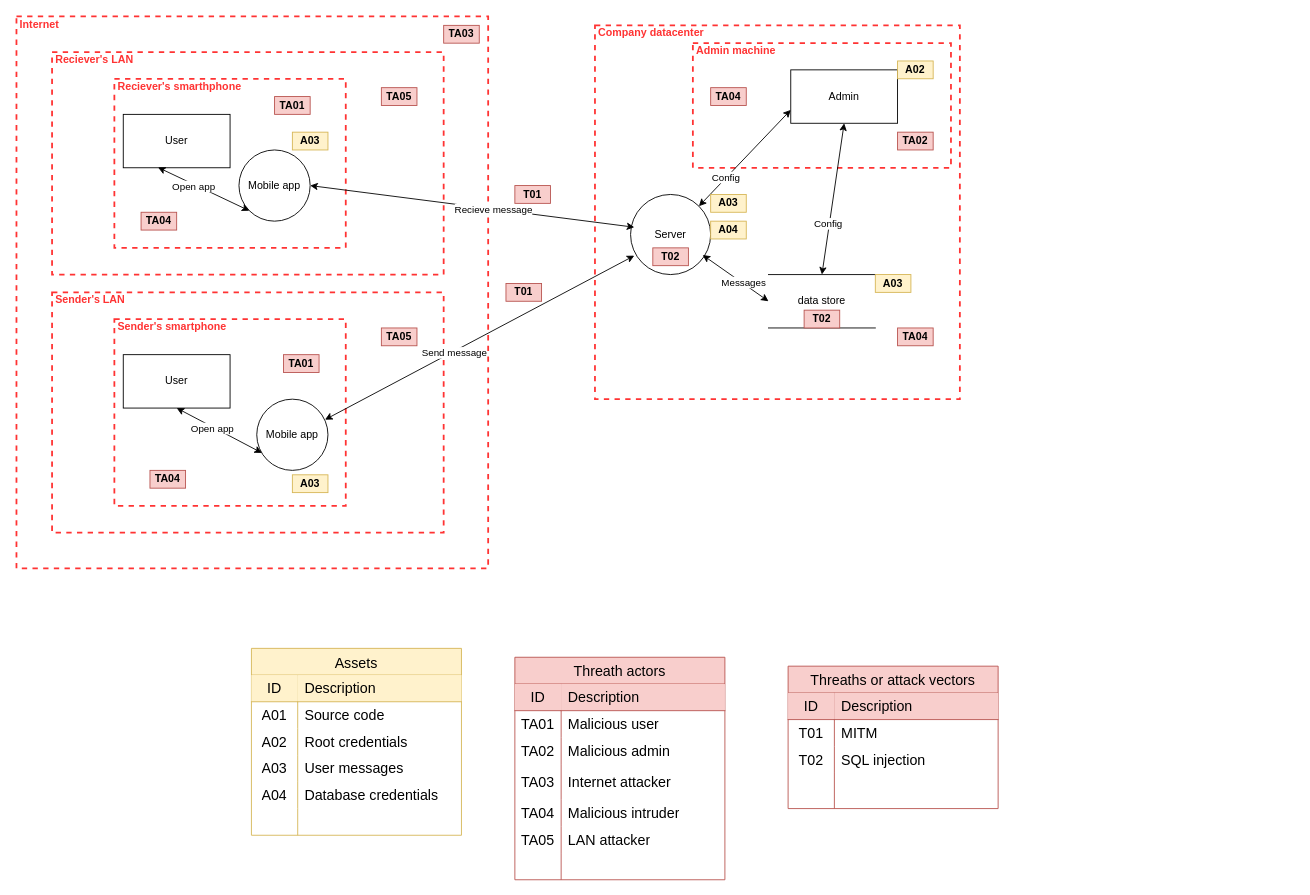
The draw.io diagram threat modeling week 2.drawio in EliNetor/encryption-week2, before the edit. Source tidied: cells renumbered, new cells numbered last; positions are measured from the earlier drawing's top-left corner, leaving out a move shared by most shapes. Both pictures are drawn from the tidied source at 89%, with x=0, y=0 at pixel (16, 16).
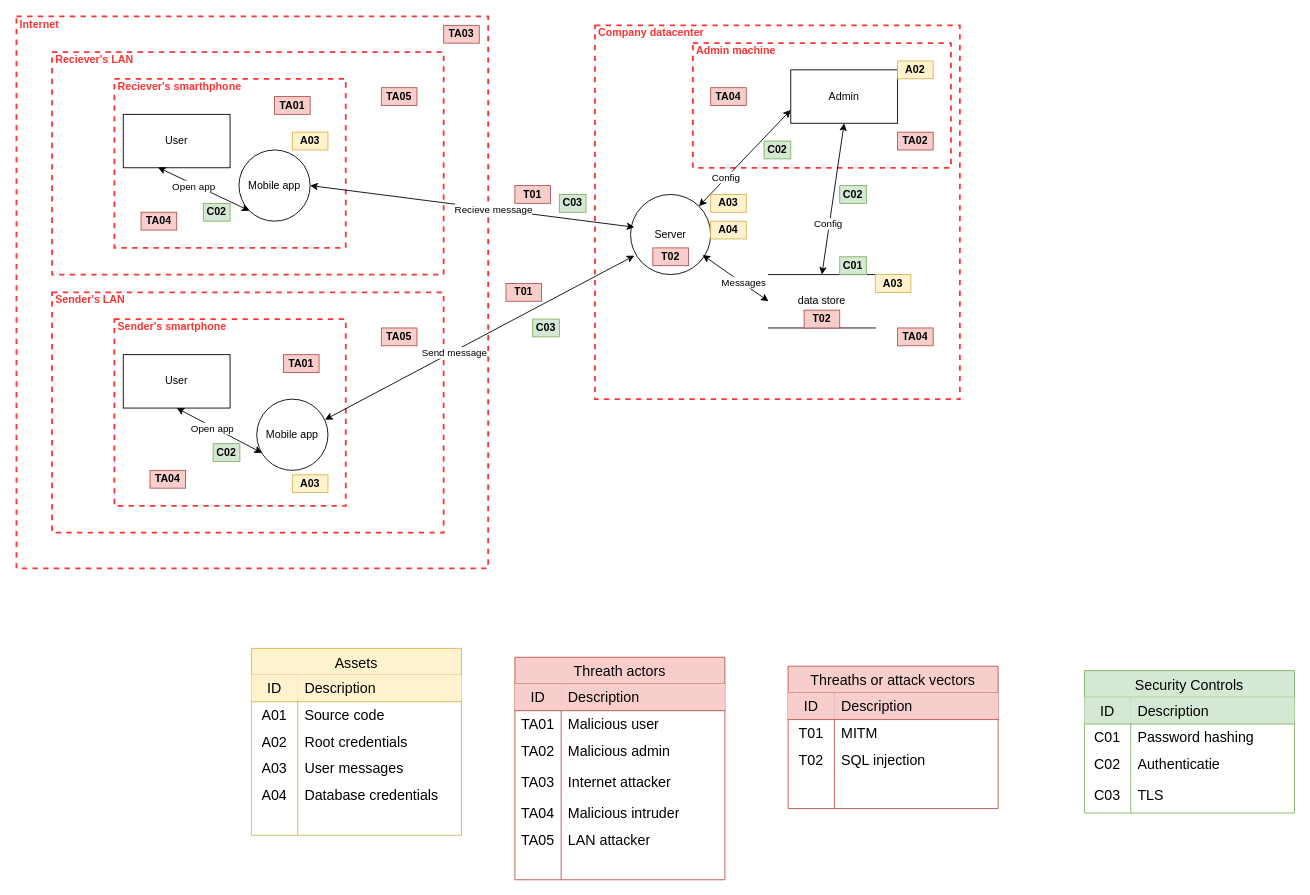
The same page after the edit.

Commit message (it also covers changes not shown here):
Update draw.io threat model

What changed in the source:
```diff
@@
+    <mxCell id="104" value="Security Controls" style="shape=table;startSize=30;childLayout=tableLayout;rowLines=0;fontStyle=0;strokeColor=#82b366;fontSize=16;fillColor=#d5e8d4;" parent="1" vertex="1">
+      <mxGeometry x="1200" y="735" width="236" height="160" as="geometry" />
+    </mxCell>
+    <mxCell id="105" style="shape=tableRow;horizontal=0;startSize=0;swimlaneHead=0;swimlaneBody=0;top=0;left=0;bottom=0;right=0;fillColor=none;strokeColor=inherit;fontSize=16;" parent="104" vertex="1">
+      <mxGeometry y="30" width="236" height="30" as="geometry" />
+    </mxCell>
+    <mxCell id="106" value="ID" style="shape=partialRectangle;html=1;whiteSpace=wrap;fillColor=#d5e8d4;top=0;left=0;bottom=1;right=0;overflow=hidden;strokeColor=#82b366;fontSize=16;" parent="105" vertex="1">
+      <mxGeometry width="52" height="30" as="geometry" />
+    </mxCell>
+    <mxCell id="107" value="Description" style="shape=partialRectangle;html=1;whiteSpace=wrap;fillColor=#d5e8d4;top=0;left=0;bottom=1;right=0;align=left;spacingLeft=6;overflow=hidden;strokeColor=#82b366;fontSize=16;" parent="105" vertex="1">
+      <mxGeometry x="52" width="184" height="30" as="geometry" />
+    </mxCell>
+    <mxCell id="108" style="shape=tableRow;horizontal=0;startSize=0;swimlaneHead=0;swimlaneBody=0;top=0;left=0;bottom=0;right=0;fillColor=none;strokeColor=inherit;fontSize=16;" parent="104" vertex="1">
+      <mxGeometry y="60" width="236" height="30" as="geometry" />
+    </mxCell>
+    <mxCell id="109" value="C01" style="shape=partialRectangle;html=1;whiteSpace=wrap;fillColor=none;top=0;left=0;bottom=0;right=0;overflow=hidden;strokeColor=inherit;fontSize=16;" parent="108" vertex="1">
+      <mxGeometry width="52" height="30" as="geometry" />
+    </mxCell>
+    <mxCell id="110" value="Password hashing" style="shape=partialRectangle;html=1;whiteSpace=wrap;fillColor=none;top=0;left=0;bottom=0;right=0;align=left;spacingLeft=6;overflow=hidden;strokeColor=inherit;fontSize=16;" parent="108" vertex="1">
+      <mxGeometry x="52" width="184" height="30" as="geometry" />
+    </mxCell>
+    <mxCell id="111" style="shape=tableRow;horizontal=0;startSize=0;swimlaneHead=0;swimlaneBody=0;top=0;left=0;bottom=0;right=0;fillColor=none;strokeColor=inherit;fontSize=16;" parent="104" vertex="1">
+      <mxGeometry y="90" width="236" height="30" as="geometry" />
+    </mxCell>
+    <mxCell id="112" value="C02" style="shape=partialRectangle;html=1;whiteSpace=wrap;fillColor=none;top=0;left=0;bottom=0;right=0;overflow=hidden;strokeColor=inherit;fontSize=16;" parent="111" vertex="1">
+      <mxGeometry width="52" height="30" as="geometry" />
+    </mxCell>
+    <mxCell id="113" value="Authenticatie" style="shape=partialRectangle;html=1;whiteSpace=wrap;fillColor=none;top=0;left=0;bottom=0;right=0;align=left;spacingLeft=6;overflow=hidden;strokeColor=inherit;fontSize=16;" parent="111" vertex="1">
+      <mxGeometry x="52" width="184" height="30" as="geometry" />
+    </mxCell>
+    <mxCell id="114" style="shape=tableRow;horizontal=0;startSize=0;swimlaneHead=0;swimlaneBody=0;top=0;left=0;bottom=0;right=0;fillColor=none;strokeColor=inherit;fontSize=16;" parent="104" vertex="1">
+      <mxGeometry y="120" width="236" height="40" as="geometry" />
+    </mxCell>
+    <mxCell id="115" value="C03" style="shape=partialRectangle;html=1;whiteSpace=wrap;fillColor=none;top=0;left=0;bottom=0;right=0;overflow=hidden;strokeColor=inherit;fontSize=16;" parent="114" vertex="1">
+      <mxGeometry width="52" height="40" as="geometry" />
+    </mxCell>
+    <mxCell id="116" value="TLS" style="shape=partialRectangle;html=1;whiteSpace=wrap;fillColor=none;top=0;left=0;bottom=0;right=0;align=left;spacingLeft=6;overflow=hidden;strokeColor=inherit;fontSize=16;" parent="114" vertex="1">
+      <mxGeometry x="52" width="184" height="40" as="geometry" />
+    </mxCell>
+    <mxCell id="117" value="&lt;b&gt;C01&lt;/b&gt;" style="text;html=1;strokeColor=#82b366;fillColor=#d5e8d4;align=center;verticalAlign=middle;whiteSpace=wrap;overflow=hidden;" parent="1" vertex="1">
+      <mxGeometry x="925" y="270" width="30" height="20" as="geometry" />
+    </mxCell>
+    <mxCell id="118" value="&lt;b&gt;C02&lt;/b&gt;" style="text;html=1;strokeColor=#82b366;fillColor=#d5e8d4;align=center;verticalAlign=middle;whiteSpace=wrap;overflow=hidden;" parent="1" vertex="1">
+      <mxGeometry x="221" y="480" width="30" height="20" as="geometry" />
+    </mxCell>
+    <mxCell id="119" value="&lt;b&gt;C02&lt;/b&gt;" style="text;html=1;strokeColor=#82b366;fillColor=#d5e8d4;align=center;verticalAlign=middle;whiteSpace=wrap;overflow=hidden;" parent="1" vertex="1">
+      <mxGeometry x="210" y="210" width="30" height="20" as="geometry" />
+    </mxCell>
+    <mxCell id="120" value="&lt;b&gt;C02&lt;/b&gt;" style="text;html=1;strokeColor=#82b366;fillColor=#d5e8d4;align=center;verticalAlign=middle;whiteSpace=wrap;overflow=hidden;" parent="1" vertex="1">
+      <mxGeometry x="925" y="190" width="30" height="20" as="geometry" />
+    </mxCell>
+    <mxCell id="121" value="&lt;b&gt;C02&lt;/b&gt;" style="text;html=1;strokeColor=#82b366;fillColor=#d5e8d4;align=center;verticalAlign=middle;whiteSpace=wrap;overflow=hidden;" parent="1" vertex="1">
+      <mxGeometry x="840" y="140" width="30" height="20" as="geometry" />
+    </mxCell>
+    <mxCell id="122" value="&lt;b&gt;C03&lt;/b&gt;" style="text;html=1;strokeColor=#82b366;fillColor=#d5e8d4;align=center;verticalAlign=middle;whiteSpace=wrap;overflow=hidden;" parent="1" vertex="1">
+      <mxGeometry x="580" y="340" width="30" height="20" as="geometry" />
+    </mxCell>
+    <mxCell id="123" value="&lt;b&gt;C03&lt;/b&gt;" style="text;html=1;strokeColor=#82b366;fillColor=#d5e8d4;align=center;verticalAlign=middle;whiteSpace=wrap;overflow=hidden;" parent="1" vertex="1">
+      <mxGeometry x="610" y="200" width="30" height="20" as="geometry" />
+    </mxCell>
```
